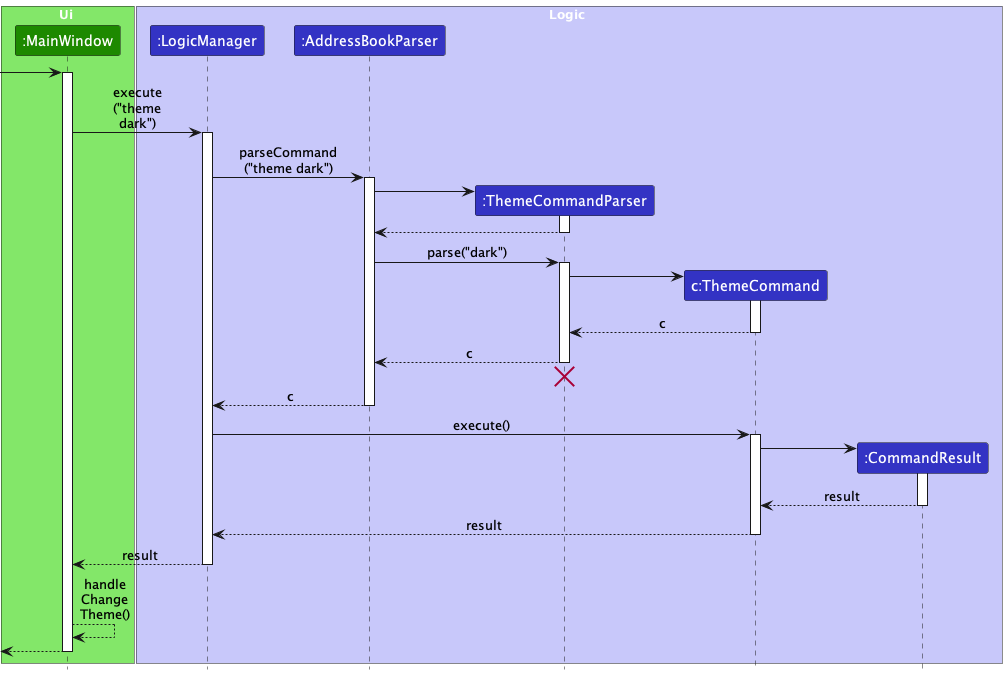
Above: docs/images/ChangeThemeSequenceDiagram.png in nus-cs2103-AY2324S1/tp (PlantUML), before the change.
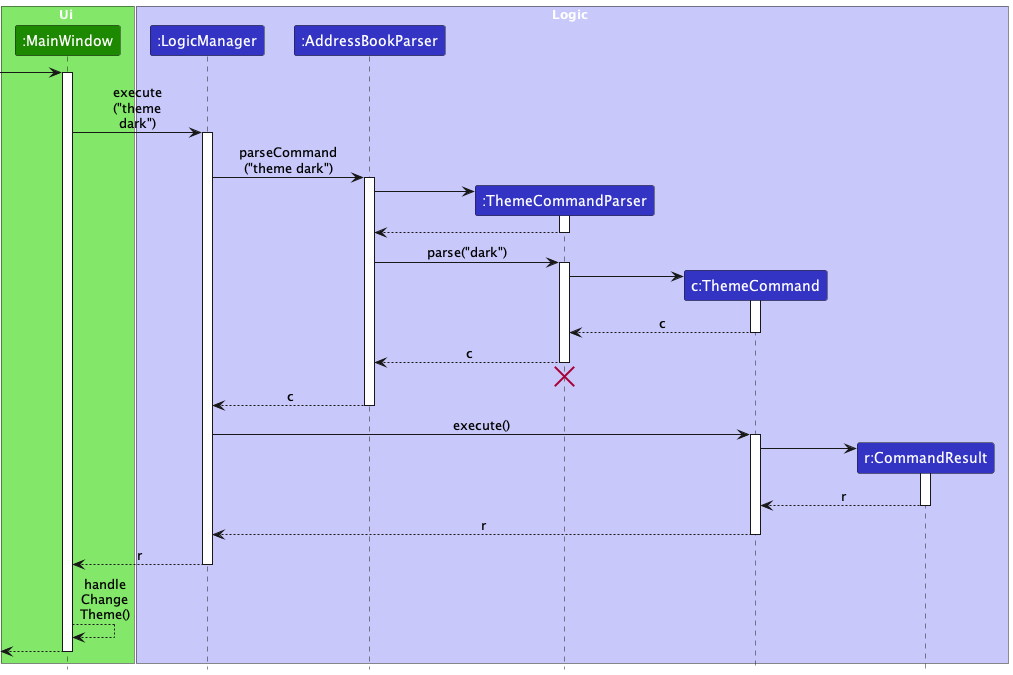
After the change.

Diff of the diagram source:
```diff
@@ -10,7 +10,7 @@
 participant ":AddressBookParser" as AddressBookParser LOGIC_COLOR
 participant ":ThemeCommandParser" as ThemeCommandParser LOGIC_COLOR
 participant "c:ThemeCommand" as ThemeCommand LOGIC_COLOR
-participant ":CommandResult" as CommandResult LOGIC_COLOR
+participant "r:CommandResult" as CommandResult LOGIC_COLOR
 end box
 
 [-> Ui :
@@ -54,13 +54,13 @@
 ThemeCommand -> CommandResult
 activate CommandResult
 
-CommandResult --> ThemeCommand : result
+CommandResult --> ThemeCommand : r
 deactivate CommandResult
 
-ThemeCommand --> LogicManager : result
+ThemeCommand --> LogicManager : r
 deactivate ThemeCommand
 
-LogicManager --> Ui : result
+LogicManager --> Ui : r
 deactivate LogicManager
 
 Ui --> Ui : handle\nChange\nTheme()
```
